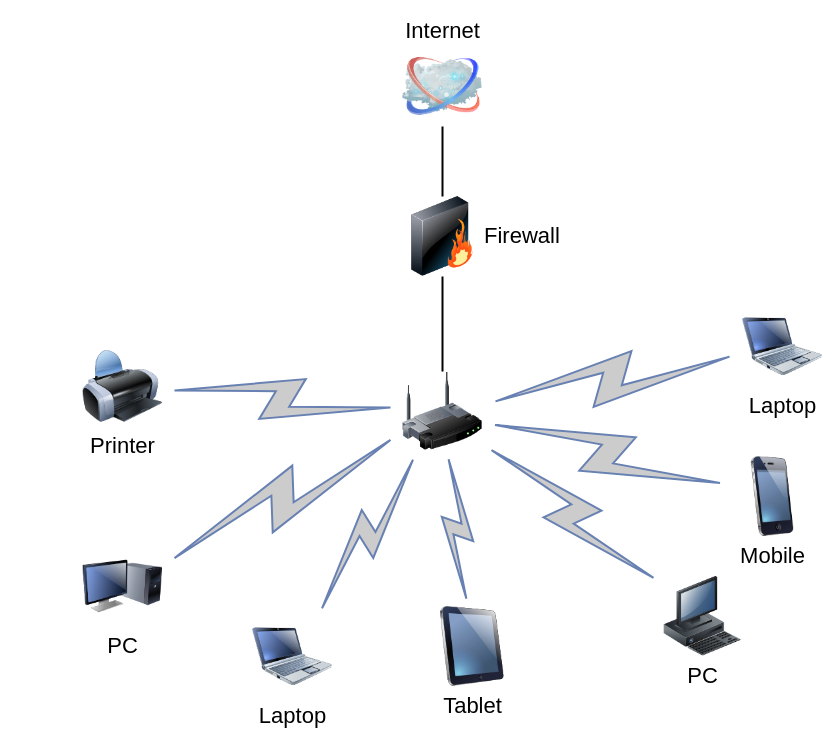
The draw.io diagram docs/HomeNetowrk.drawio in catenare/devnotes, before the edit. Source tidied: cells renumbered, new cells numbered last; positions are measured from the earlier drawing's top-left corner, leaving out a move shared by most shapes. Both pictures are drawn from the tidied source at 100%, with x=0, y=0 at pixel (82, 46). Pictures stored in the file or linked from it are replaced by grey dashed boxes.
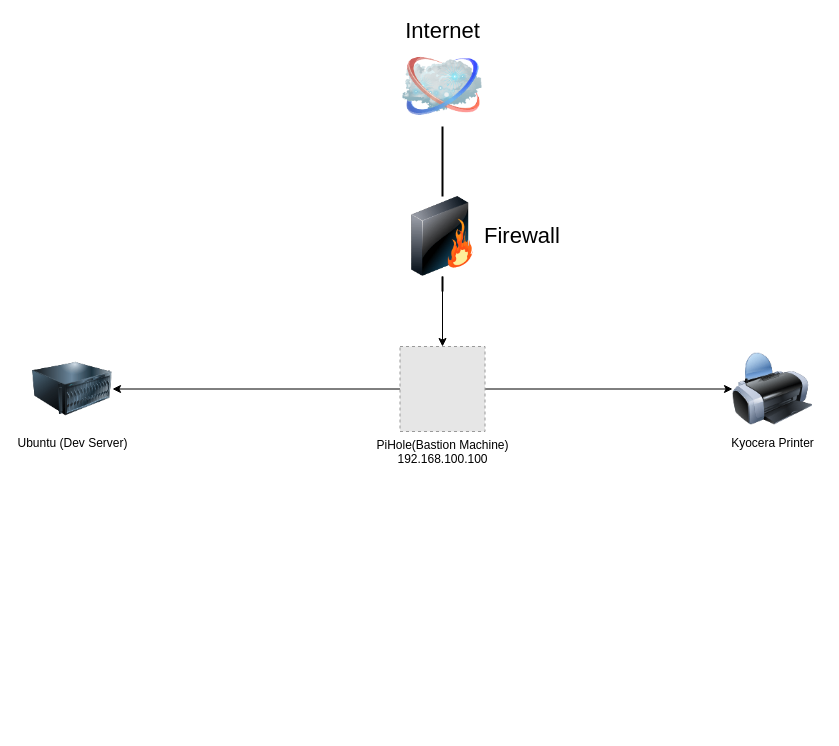
The same page after the edit.

Unchanged cells that the change refers to:
```xml
<mxCell id="6" value="Firewall" style="image;html=1;labelBackgroundColor=#ffffff;image=img/lib/clip_art/networking/Firewall_128x128.png;rounded=1;shadow=0;comic=0;strokeWidth=2;fontSize=22;labelPosition=right;verticalLabelPosition=middle;align=left;verticalAlign=middle;" parent="1" vertex="1">
  <mxGeometry x="320" y="150" width="80" height="80" as="geometry" />
</mxCell>
```

The edit, as a diff of the source:
```diff
@@
-    <mxCell id="2" style="edgeStyle=none;rounded=0;html=1;labelBackgroundColor=none;endArrow=none;strokeWidth=2;fontFamily=Verdana;fontSize=22;" parent="1" edge="1" source="3" target="6">
-      <mxGeometry relative="1" as="geometry" />
+    <mxCell id="2" style="edgeStyle=none;rounded=0;html=1;labelBackgroundColor=none;endArrow=none;strokeWidth=2;fontFamily=Verdana;fontSize=22;" parent="1" edge="1" target="6">
+      <mxGeometry relative="1" as="geometry">
+        <mxPoint x="360" y="245" as="sourcePoint" />
+      </mxGeometry>
     </mxCell>
-    <mxCell id="3" style="image;html=1;labelBackgroundColor=#ffffff;image=img/lib/clip_art/networking/Wireless_Router_128x128.png;rounded=1;shadow=0;comic=0;strokeWidth=2;fontSize=22;" parent="1" vertex="1">
-      <mxGeometry x="320" y="325" width="80" height="80" as="geometry" />
-    </mxCell>
@@
+    <mxCell id="21" style="edgeStyle=orthogonalEdgeStyle;rounded=0;jettySize=auto;html=1;" parent="1" edge="1" source="6" target="24">
+      <mxGeometry relative="1" as="geometry" />
+    </mxCell>
@@
-    <mxCell id="7" value="Tablet" style="image;html=1;labelBackgroundColor=#ffffff;image=img/lib/clip_art/computers/iPad_128x128.png;rounded=1;shadow=0;comic=0;strokeWidth=2;fontSize=22;" parent="1" vertex="1">
-      <mxGeometry x="350" y="560" width="80" height="80" as="geometry" />
-    </mxCell>
-    <mxCell id="8" value="PC" style="image;html=1;labelBackgroundColor=#ffffff;image=img/lib/clip_art/computers/Monitor_Tower_128x128.png;rounded=1;shadow=0;comic=0;strokeWidth=2;fontSize=22;" parent="1" vertex="1">
-      <mxGeometry y="500" width="80" height="80" as="geometry" />
-    </mxCell>
-    <mxCell id="9" value="Printer" style="image;html=1;labelBackgroundColor=#ffffff;image=img/lib/clip_art/computers/Printer_128x128.png;rounded=1;shadow=0;comic=0;strokeWidth=2;fontSize=22;" parent="1" vertex="1">
-      <mxGeometry y="300" width="80" height="80" as="geometry" />
-    </mxCell>
-    <mxCell id="10" value="PC" style="image;html=1;labelBackgroundColor=#ffffff;image=img/lib/clip_art/computers/Workstation_128x128.png;rounded=1;shadow=0;comic=0;strokeWidth=2;fontSize=22;" parent="1" vertex="1">
-      <mxGeometry x="580" y="530" width="80" height="80" as="geometry" />
-    </mxCell>
-    <mxCell id="11" value="Mobile" style="image;html=1;labelBackgroundColor=#ffffff;image=img/lib/clip_art/telecommunication/iPhone_128x128.png;rounded=1;shadow=0;comic=0;strokeWidth=2;fontSize=22;" parent="1" vertex="1">
-      <mxGeometry x="650" y="410" width="80" height="80" as="geometry" />
-    </mxCell>
-    <mxCell id="12" value="Laptop" style="image;html=1;labelBackgroundColor=#ffffff;image=img/lib/clip_art/computers/Netbook_128x128.png;rounded=1;shadow=0;comic=0;strokeColor=#000000;strokeWidth=2;fillColor=#FFFFFF;fontSize=22;fontColor=#000000;" parent="1" vertex="1">
-      <mxGeometry x="660" y="260" width="80" height="80" as="geometry" />
-    </mxCell>
-    <mxCell id="13" value="Laptop" style="image;html=1;labelBackgroundColor=#ffffff;image=img/lib/clip_art/computers/Netbook_128x128.png;rounded=1;shadow=0;comic=0;strokeWidth=2;fontSize=22;" parent="1" vertex="1">
-      <mxGeometry x="170" y="570" width="80" height="80" as="geometry" />
-    </mxCell>
-    <mxCell id="14" style="html=1;fillColor=#CCCCCC;strokeColor=#6881B3;gradientColor=none;gradientDirection=north;strokeWidth=2;shape=mxgraph.networks.comm_link_edge;html=1;labelBackgroundColor=none;endArrow=none;fontFamily=Verdana;fontSize=22;fontColor=#000000;" parent="1" edge="1" source="9" target="3">
-      <mxGeometry relative="1" as="geometry" />
-    </mxCell>
-    <mxCell id="15" style="html=1;fillColor=#CCCCCC;strokeColor=#6881B3;gradientColor=none;gradientDirection=north;strokeWidth=2;shape=mxgraph.networks.comm_link_edge;html=1;labelBackgroundColor=none;endArrow=none;fontFamily=Verdana;fontSize=22;fontColor=#000000;fontStyle=1;" parent="1" edge="1" source="8" target="3">
-      <mxGeometry relative="1" as="geometry" />
-    </mxCell>
-    <mxCell id="16" style="html=1;fillColor=#CCCCCC;strokeColor=#6881B3;gradientColor=none;gradientDirection=north;strokeWidth=2;shape=mxgraph.networks.comm_link_edge;html=1;labelBackgroundColor=none;endArrow=none;fontFamily=Verdana;fontSize=22;fontColor=#000000;" parent="1" edge="1" source="13" target="3">
-      <mxGeometry relative="1" as="geometry" />
-    </mxCell>
-    <mxCell id="17" style="html=1;fillColor=#CCCCCC;strokeColor=#6881B3;gradientColor=none;gradientDirection=north;strokeWidth=2;shape=mxgraph.networks.comm_link_edge;html=1;labelBackgroundColor=none;endArrow=none;fontFamily=Verdana;fontSize=22;fontColor=#000000;" parent="1" edge="1" source="7" target="3">
-      <mxGeometry relative="1" as="geometry" />
-    </mxCell>
-    <mxCell id="18" style="html=1;fillColor=#CCCCCC;strokeColor=#6881B3;gradientColor=none;gradientDirection=north;strokeWidth=2;shape=mxgraph.networks.comm_link_edge;html=1;labelBackgroundColor=none;endArrow=none;fontFamily=Verdana;fontSize=22;fontColor=#000000;" parent="1" edge="1" source="10" target="3">
-      <mxGeometry relative="1" as="geometry" />
-    </mxCell>
-    <mxCell id="19" style="html=1;fillColor=#CCCCCC;strokeColor=#6881B3;gradientColor=none;gradientDirection=north;strokeWidth=2;shape=mxgraph.networks.comm_link_edge;html=1;labelBackgroundColor=none;endArrow=none;fontFamily=Verdana;fontSize=22;fontColor=#000000;" parent="1" edge="1" source="11" target="3">
-      <mxGeometry relative="1" as="geometry" />
-    </mxCell>
-    <mxCell id="20" style="html=1;fillColor=#CCCCCC;strokeColor=#6881B3;gradientColor=none;gradientDirection=north;strokeWidth=2;shape=mxgraph.networks.comm_link_edge;html=1;labelBackgroundColor=none;endArrow=none;fontFamily=Verdana;fontSize=22;fontColor=#000000;" parent="1" edge="1" source="12" target="3">
-      <mxGeometry relative="1" as="geometry" />
-    </mxCell>
+    <mxCell id="22" style="edgeStyle=orthogonalEdgeStyle;rounded=0;jettySize=auto;html=1;entryX=1;entryY=0.5;entryDx=0;entryDy=0;" parent="1" edge="1" source="24" target="25">
+      <mxGeometry relative="1" as="geometry" />
+    </mxCell>
+    <mxCell id="23" style="edgeStyle=orthogonalEdgeStyle;rounded=0;jettySize=auto;html=1;" parent="1" edge="1" source="24" target="26">
+      <mxGeometry relative="1" as="geometry" />
+    </mxCell>
+    <mxCell id="24" value="PiHole(Bastion Machine)&lt;br&gt;192.168.100.100" style="fillColor=#E6E6E6;strokeColor=#999999;dashed=1;html=1;verticalAlign=top;verticalLabelPosition=bottom;labelBackgroundColor=#ffffff;" parent="1" vertex="1">
+      <mxGeometry x="317.5" y="300" width="85" height="85" as="geometry" />
+    </mxCell>
+    <mxCell id="25" value="Ubuntu (Dev Server)" style="image;html=1;image=img/lib/clip_art/computers/Server_128x128.png;" parent="1" vertex="1">
+      <mxGeometry x="-50" y="302.5" width="80" height="80" as="geometry" />
+    </mxCell>
+    <mxCell id="26" value="Kyocera Printer&lt;br&gt;" style="image;html=1;image=img/lib/clip_art/computers/Printer_128x128.png;" parent="1" vertex="1">
+      <mxGeometry x="650" y="302.5" width="80" height="80" as="geometry" />
+    </mxCell>
```
